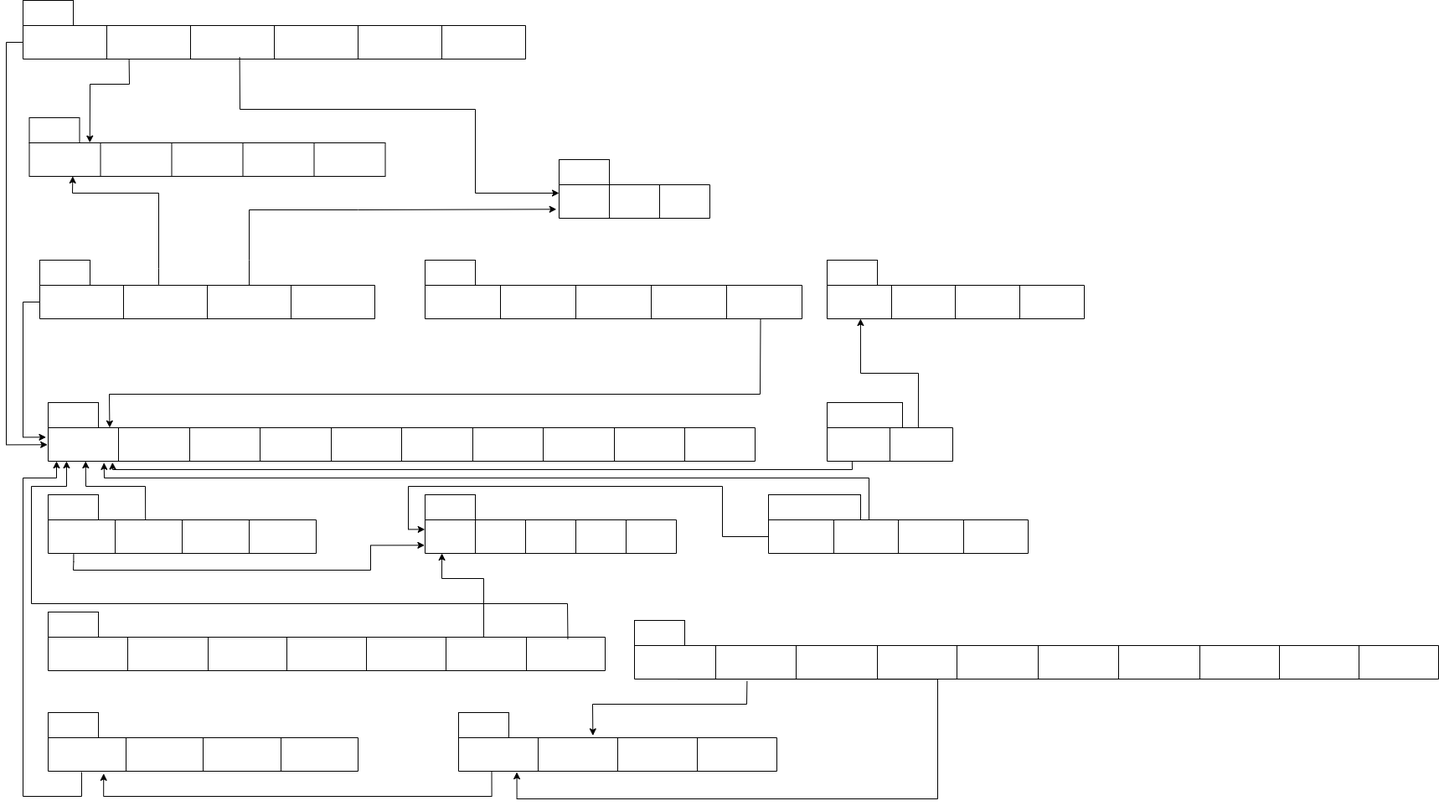
iust-movie-database/movie-backend keeps this draw.io diagram as docs/RM.png. Above is the earlier version. Source tidied: cells renumbered, new cells last; positions are measured from the earlier drawing's top-left corner, leaving out a move shared by most shapes.
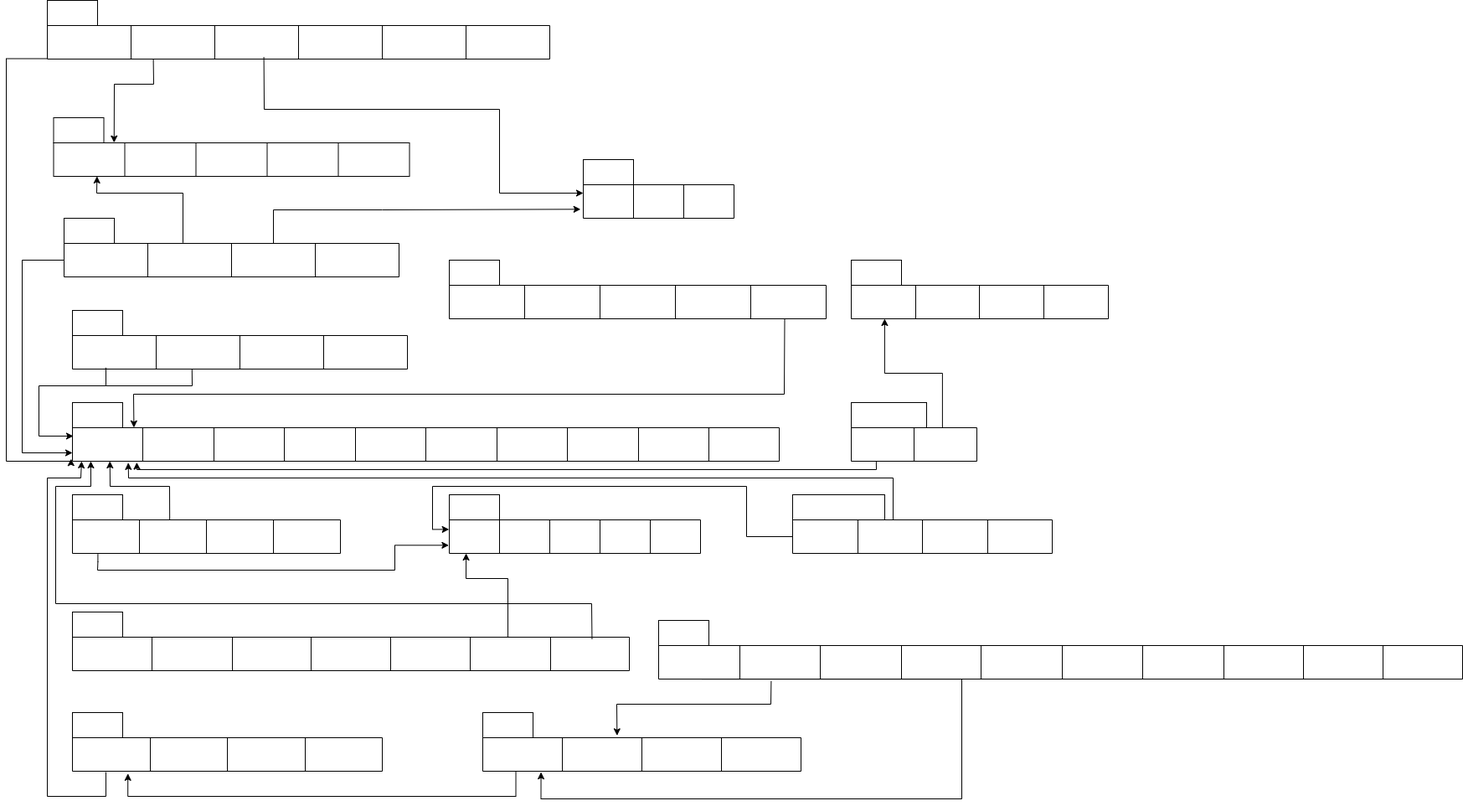
The same file after the commit.

Change to the diagram source:
```diff
@@ -119,7 +119,7 @@
     <mxCell id="40" value="total_episodes" style="shape=partialRectangle;html=1;whiteSpace=wrap;strokeColor=light-dark(#000000, #ffffff);overflow=hidden;fillColor=none;top=0;left=0;bottom=0;right=0;labelBackgroundColor=none;fontColor=#FFFFFF;align=center;fontSize=12;" parent="37" vertex="1">
       <mxGeometry x="190" width="95" height="40" as="geometry" />
     </mxCell>
-    <mxCell id="41" value="release_year" style="shape=partialRectangle;html=1;whiteSpace=wrap;strokeColor=light-dark(#000000, #ffffff);overflow=hidden;fillColor=none;top=0;left=0;bottom=0;right=0;labelBackgroundColor=none;fontColor=#FFFFFF;align=center;fontSize=12;" parent="37" vertex="1">
+    <mxCell id="41" value="release_date" style="shape=partialRectangle;html=1;whiteSpace=wrap;strokeColor=light-dark(#000000, #ffffff);overflow=hidden;fillColor=none;top=0;left=0;bottom=0;right=0;labelBackgroundColor=none;fontColor=#FFFFFF;align=center;fontSize=12;" parent="37" vertex="1">
       <mxGeometry x="285" width="95" height="40" as="geometry" />
     </mxCell>
     <mxCell id="42" value="Season" style="text;html=1;whiteSpace=wrap;strokeColor=light-dark(#000000, #ffffff);fillColor=none;align=center;verticalAlign=middle;rounded=0;labelBackgroundColor=none;fontColor=#FFFFFF;fontSize=12;" parent="1" vertex="1">
@@ -312,7 +312,7 @@
       <mxGeometry x="20" width="60" height="30" as="geometry" />
     </mxCell>
     <mxCell id="105" style="shape=table;startSize=0;labelBackgroundColor=none;fillColor=none;strokeColor=light-dark(#000000, #ffffff);fontColor=#FFFFFF;align=center;fontSize=12;" parent="1" vertex="1">
-      <mxGeometry x="40" y="340" width="400" height="40" as="geometry" />
+      <mxGeometry x="40" y="290" width="400" height="40" as="geometry" />
     </mxCell>
     <mxCell id="106" style="shape=tableRow;horizontal=0;startSize=0;swimlaneHead=0;swimlaneBody=0;strokeColor=light-dark(#000000, #ffffff);top=0;left=0;bottom=0;right=0;fillColor=none;points=[[0,0.5],[1,0.5]];portConstraint=eastwest;labelBackgroundColor=none;fontColor=#FFFFFF;align=center;fontSize=12;" parent="105" vertex="1">
       <mxGeometry width="400" height="40" as="geometry" />
@@ -330,30 +330,30 @@
       <mxGeometry x="300" width="100" height="40" as="geometry" />
     </mxCell>
     <mxCell id="111" value="Crew" style="text;html=1;whiteSpace=wrap;strokeColor=light-dark(#000000, #ffffff);fillColor=none;align=center;verticalAlign=middle;rounded=0;labelBackgroundColor=none;fontColor=#FFFFFF;fontSize=12;" parent="1" vertex="1">
-      <mxGeometry x="40" y="310" width="60" height="30" as="geometry" />
+      <mxGeometry x="40" y="260" width="60" height="30" as="geometry" />
     </mxCell>
     <mxCell id="112" style="edgeStyle=none;jettySize=auto;html=1;rounded=0;exitX=0.355;exitY=-0.017;exitDx=0;exitDy=0;exitPerimeter=0;entryX=0.122;entryY=0.998;entryDx=0;entryDy=0;entryPerimeter=0;labelBackgroundColor=none;strokeColor=light-dark(#000000, #ffffff);fontColor=default;align=center;fontSize=12;" parent="1" edge="1" source="106" target="16">
       <mxGeometry relative="1" as="geometry">
         <Array as="points">
-          <mxPoint x="182" y="320" />
           <mxPoint x="182" y="230" />
           <mxPoint x="79" y="230" />
         </Array>
       </mxGeometry>
     </mxCell>
-    <mxCell id="113" style="edgeStyle=orthogonalEdgeStyle;rounded=0;jettySize=auto;html=1;exitX=0;exitY=0.5;exitDx=0;exitDy=0;entryX=-0.003;entryY=0.283;entryDx=0;entryDy=0;entryPerimeter=0;labelBackgroundColor=none;strokeColor=light-dark(#000000, #ffffff);fontColor=default;align=center;fontSize=12;" parent="1" edge="1" source="106" target="3">
+    <mxCell id="113" style="edgeStyle=orthogonalEdgeStyle;rounded=0;jettySize=auto;html=1;exitX=0;exitY=0.5;exitDx=0;exitDy=0;labelBackgroundColor=none;strokeColor=light-dark(#000000, #ffffff);fontColor=default;align=center;fontSize=12;" parent="1" edge="1" source="106" target="3">
       <mxGeometry relative="1" as="geometry">
         <Array as="points">
-          <mxPoint x="20" y="360" />
-          <mxPoint x="20" y="521" />
+          <mxPoint x="-10" y="310" />
+          <mxPoint x="-10" y="540" />
         </Array>
       </mxGeometry>
     </mxCell>
-    <mxCell id="114" style="edgeStyle=orthogonalEdgeStyle;rounded=0;jettySize=auto;html=1;exitX=0;exitY=0.5;exitDx=0;exitDy=0;entryX=-0.001;entryY=0.507;entryDx=0;entryDy=0;entryPerimeter=0;labelBackgroundColor=none;strokeColor=light-dark(#000000, #ffffff);fontColor=default;align=center;fontSize=12;" parent="1" edge="1" source="97" target="3">
+    <mxCell id="114" style="edgeStyle=orthogonalEdgeStyle;rounded=0;jettySize=auto;html=1;exitX=-0.001;exitY=0.988;exitDx=0;exitDy=0;entryX=-0.002;entryY=0.931;entryDx=0;entryDy=0;entryPerimeter=0;labelBackgroundColor=none;strokeColor=light-dark(#000000, #ffffff);fontColor=default;align=center;fontSize=12;exitPerimeter=0;" parent="1" edge="1" source="97" target="3">
       <mxGeometry relative="1" as="geometry">
         <Array as="points">
-          <mxPoint y="50" />
-          <mxPoint y="530" />
+          <mxPoint x="-29" y="70" />
+          <mxPoint x="-29" y="550" />
+          <mxPoint x="48" y="550" />
         </Array>
       </mxGeometry>
     </mxCell>
@@ -377,7 +377,6 @@
     <mxCell id="117" style="edgeStyle=none;jettySize=auto;html=1;rounded=0;exitX=0.625;exitY=0;exitDx=0;exitDy=0;exitPerimeter=0;entryX=-0.018;entryY=0.732;entryDx=0;entryDy=0;entryPerimeter=0;labelBackgroundColor=none;strokeColor=light-dark(#000000, #ffffff);fontColor=default;align=center;fontSize=12;" parent="1" edge="1" source="106" target="24">
       <mxGeometry relative="1" as="geometry">
         <Array as="points">
-          <mxPoint x="290" y="310" />
           <mxPoint x="290" y="250" />
           <mxPoint x="420" y="250" />
         </Array>
@@ -527,5 +526,44 @@
         </Array>
       </mxGeometry>
     </mxCell>
+    <mxCell id="143" style="shape=table;startSize=0;labelBackgroundColor=none;fillColor=none;strokeColor=light-dark(#000000, #ffffff);fontColor=#FFFFFF;align=center;fontSize=12;" parent="1" vertex="1">
+      <mxGeometry x="50" y="400" width="400" height="40" as="geometry" />
+    </mxCell>
+    <mxCell id="144" style="shape=tableRow;horizontal=0;startSize=0;swimlaneHead=0;swimlaneBody=0;strokeColor=light-dark(#000000, #ffffff);top=0;left=0;bottom=0;right=0;fillColor=none;points=[[0,0.5],[1,0.5]];portConstraint=eastwest;labelBackgroundColor=none;fontColor=#FFFFFF;align=center;fontSize=12;" parent="143" vertex="1">
+      <mxGeometry width="400" height="40" as="geometry" />
+    </mxCell>
+    <mxCell id="145" value="&lt;u&gt;title_id&lt;/u&gt;" style="shape=partialRectangle;html=1;whiteSpace=wrap;strokeColor=light-dark(#000000, #ffffff);overflow=hidden;fillColor=none;top=0;left=0;bottom=0;right=0;labelBackgroundColor=none;fontColor=#FFFFFF;align=center;fontSize=12;" parent="144" vertex="1">
+      <mxGeometry width="100" height="40" as="geometry" />
+    </mxCell>
+    <mxCell id="146" value="&lt;u&gt;similar_id&lt;/u&gt;" style="shape=partialRectangle;html=1;whiteSpace=wrap;strokeColor=light-dark(#000000, #ffffff);overflow=hidden;fillColor=none;top=0;left=0;bottom=0;right=0;labelBackgroundColor=none;fontColor=#FFFFFF;align=center;fontSize=12;" parent="144" vertex="1">
+      <mxGeometry x="100" width="100" height="40" as="geometry" />
+    </mxCell>
+    <mxCell id="147" value="date" style="shape=partialRectangle;html=1;whiteSpace=wrap;strokeColor=light-dark(#000000, #ffffff);overflow=hidden;fillColor=none;top=0;left=0;bottom=0;right=0;labelBackgroundColor=none;fontColor=#FFFFFF;align=center;fontSize=12;" parent="144" vertex="1">
+      <mxGeometry x="200" width="100" height="40" as="geometry" />
+    </mxCell>
+    <mxCell id="148" value="score" style="shape=partialRectangle;html=1;whiteSpace=wrap;strokeColor=light-dark(#000000, #ffffff);overflow=hidden;fillColor=none;top=0;left=0;bottom=0;right=0;labelBackgroundColor=none;fontColor=#FFFFFF;align=center;fontSize=12;" parent="144" vertex="1">
+      <mxGeometry x="300" width="100" height="40" as="geometry" />
+    </mxCell>
+    <mxCell id="149" value="similar" style="text;html=1;whiteSpace=wrap;strokeColor=light-dark(#000000, #ffffff);fillColor=none;align=center;verticalAlign=middle;rounded=0;labelBackgroundColor=none;fontColor=#FFFFFF;fontSize=12;" parent="1" vertex="1">
+      <mxGeometry x="50" y="370" width="60" height="30" as="geometry" />
+    </mxCell>
+    <mxCell id="150" style="endArrow=classic;html=1;rounded=0;exitX=0.1;exitY=0.957;exitDx=0;exitDy=0;exitPerimeter=0;" parent="1" edge="1" source="144">
+      <mxGeometry relative="1" as="geometry">
+        <mxPoint x="51" y="520" as="targetPoint" />
+        <Array as="points">
+          <mxPoint x="90" y="460" />
+          <mxPoint x="10" y="460" />
+          <mxPoint x="10" y="520" />
+        </Array>
+      </mxGeometry>
+    </mxCell>
+    <mxCell id="151" style="endArrow=none;html=1;rounded=0;exitX=0.357;exitY=1.014;exitDx=0;exitDy=0;exitPerimeter=0;" parent="1" edge="1" source="144">
+      <mxGeometry relative="1" as="geometry">
+        <mxPoint x="90" y="460" as="targetPoint" />
+        <Array as="points">
+          <mxPoint x="193" y="460" />
+        </Array>
+      </mxGeometry>
+    </mxCell>
   </root>
 </mxGraphModel>
```
